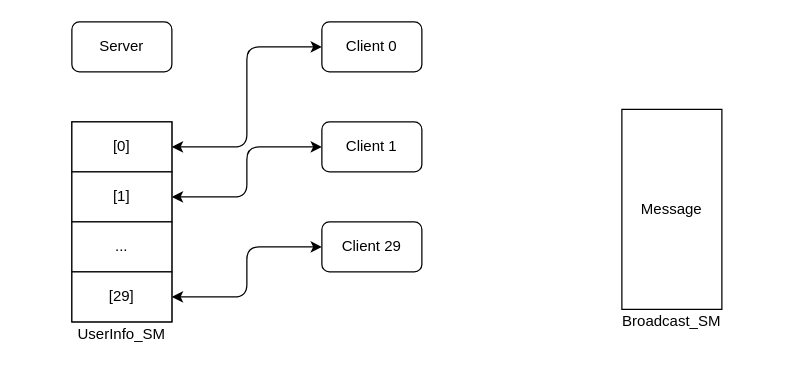
Before: page "Arch" (1 of 4) of doc/np_multi_proc.drawio in LJP-TW/NP_RWGd, a draw.io diagram. Source tidied: cells renumbered, new cells numbered last; positions are measured from the earlier drawing's top-left corner, leaving out a move shared by most shapes. Both pictures are drawn from the tidied source at 125%, with x=0, y=0 at pixel (71, 21).
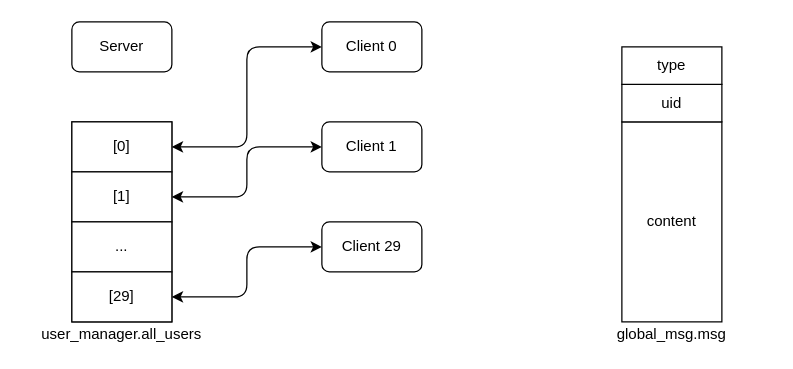
The same diagram, later.

Change to the diagram source:
```diff
@@
 <mxGraphModel>
   <root>
     <mxCell id="0" />
     <mxCell id="1" parent="0" />
     <mxCell id="2" value="Server" style="rounded=1;whiteSpace=wrap;html=1;glass=0;sketch=0;" parent="1" vertex="1">
       <mxGeometry width="80" height="40" as="geometry" />
     </mxCell>
     <mxCell id="3" style="rounded=0;whiteSpace=wrap;html=1;glass=0;sketch=0;" parent="1" vertex="1">
       <mxGeometry y="80" width="80" height="160" as="geometry" />
     </mxCell>
-    <mxCell id="4" value="UserInfo_SM" style="text;html=1;strokeColor=none;fillColor=none;align=center;verticalAlign=middle;whiteSpace=wrap;rounded=0;glass=0;sketch=0;" parent="1" vertex="1">
-      <mxGeometry y="240" width="80" height="20" as="geometry" />
+    <mxCell id="4" value="user_manager.all_users" style="text;html=1;strokeColor=none;fillColor=none;align=center;verticalAlign=middle;whiteSpace=wrap;rounded=0;glass=0;sketch=0;" parent="1" vertex="1">
+      <mxGeometry x="-40" y="240" width="160" height="20" as="geometry" />
     </mxCell>
     <mxCell id="5" value="[0]" style="rounded=0;whiteSpace=wrap;html=1;glass=0;sketch=0;" parent="1" vertex="1">
       <mxGeometry y="80" width="80" height="40" as="geometry" />
     </mxCell>
     <mxCell id="6" value="[1]" style="rounded=0;whiteSpace=wrap;html=1;glass=0;sketch=0;" parent="1" vertex="1">
       <mxGeometry y="120" width="80" height="40" as="geometry" />
     </mxCell>
     <mxCell id="7" value="..." style="rounded=0;whiteSpace=wrap;html=1;glass=0;sketch=0;" parent="1" vertex="1">
       <mxGeometry y="160" width="80" height="40" as="geometry" />
     </mxCell>
     <mxCell id="8" value="[29]" style="rounded=0;whiteSpace=wrap;html=1;glass=0;sketch=0;" parent="1" vertex="1">
       <mxGeometry y="200" width="80" height="40" as="geometry" />
     </mxCell>
     <mxCell id="9" value="Client 0" style="rounded=1;whiteSpace=wrap;html=1;glass=0;sketch=0;" parent="1" vertex="1">
       <mxGeometry x="200" width="80" height="40" as="geometry" />
     </mxCell>
     <mxCell id="10" value="Client 1" style="rounded=1;whiteSpace=wrap;html=1;glass=0;sketch=0;" parent="1" vertex="1">
       <mxGeometry x="200" y="80" width="80" height="40" as="geometry" />
     </mxCell>
     <mxCell id="11" value="Client 29" style="rounded=1;whiteSpace=wrap;html=1;glass=0;sketch=0;" parent="1" vertex="1">
       <mxGeometry x="200" y="160" width="80" height="40" as="geometry" />
     </mxCell>
     <mxCell id="12" style="endArrow=classic;startArrow=classic;html=1;entryX=0;entryY=0.5;entryDx=0;entryDy=0;exitX=1;exitY=0.5;exitDx=0;exitDy=0;edgeStyle=orthogonalEdgeStyle;" parent="1" edge="1" source="5" target="9">
       <mxGeometry relative="1" as="geometry" />
     </mxCell>
     <mxCell id="13" style="endArrow=classic;startArrow=classic;html=1;entryX=0;entryY=0.5;entryDx=0;entryDy=0;exitX=1;exitY=0.5;exitDx=0;exitDy=0;edgeStyle=orthogonalEdgeStyle;" parent="1" edge="1" source="6" target="10">
       <mxGeometry relative="1" as="geometry" />
     </mxCell>
     <mxCell id="14" style="endArrow=classic;startArrow=classic;html=1;entryX=0;entryY=0.5;entryDx=0;entryDy=0;exitX=1;exitY=0.5;exitDx=0;exitDy=0;edgeStyle=orthogonalEdgeStyle;" parent="1" edge="1" source="8" target="11">
       <mxGeometry relative="1" as="geometry" />
     </mxCell>
-    <mxCell id="15" value="Message" style="rounded=0;whiteSpace=wrap;html=1;glass=0;sketch=0;" parent="1" vertex="1">
-      <mxGeometry x="440" y="70" width="80" height="160" as="geometry" />
+    <mxCell id="15" value="content" style="rounded=0;whiteSpace=wrap;html=1;glass=0;sketch=0;" parent="1" vertex="1">
+      <mxGeometry x="440" y="80" width="80" height="160" as="geometry" />
     </mxCell>
-    <mxCell id="16" value="Broadcast_SM" style="text;html=1;strokeColor=none;fillColor=none;align=center;verticalAlign=middle;whiteSpace=wrap;rounded=0;glass=0;sketch=0;" parent="1" vertex="1">
-      <mxGeometry x="440" y="230" width="80" height="20" as="geometry" />
+    <mxCell id="16" value="global_msg.msg" style="text;html=1;strokeColor=none;fillColor=none;align=center;verticalAlign=middle;whiteSpace=wrap;rounded=0;glass=0;sketch=0;" parent="1" vertex="1">
+      <mxGeometry x="400" y="240" width="160" height="20" as="geometry" />
     </mxCell>
+    <mxCell id="17" value="uid" style="rounded=0;whiteSpace=wrap;html=1;glass=0;sketch=0;" parent="1" vertex="1">
+      <mxGeometry x="440" y="50" width="80" height="30" as="geometry" />
+    </mxCell>
+    <mxCell id="18" value="type" style="rounded=0;whiteSpace=wrap;html=1;glass=0;sketch=0;" parent="1" vertex="1">
+      <mxGeometry x="440" y="20" width="80" height="30" as="geometry" />
+    </mxCell>
   </root>
 </mxGraphModel>
```
